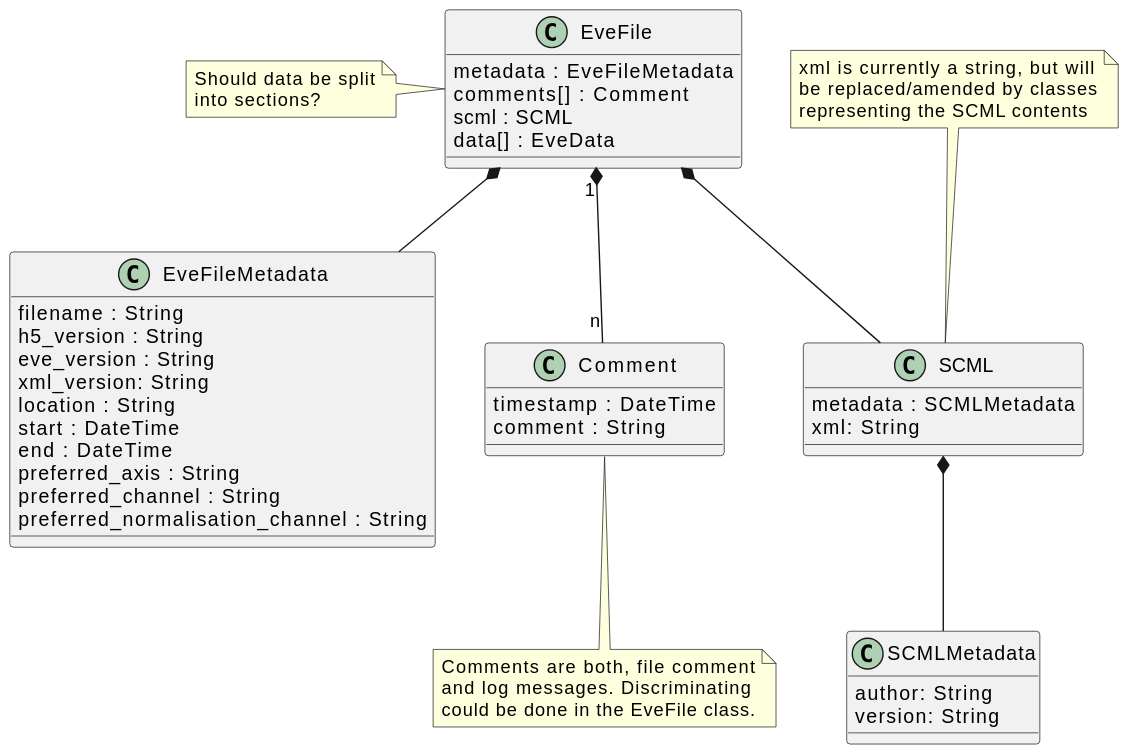
Earlier version of the PlantUML export docs/uml/evedata.evefile.evefile.svg (tillbiskup/evedata).
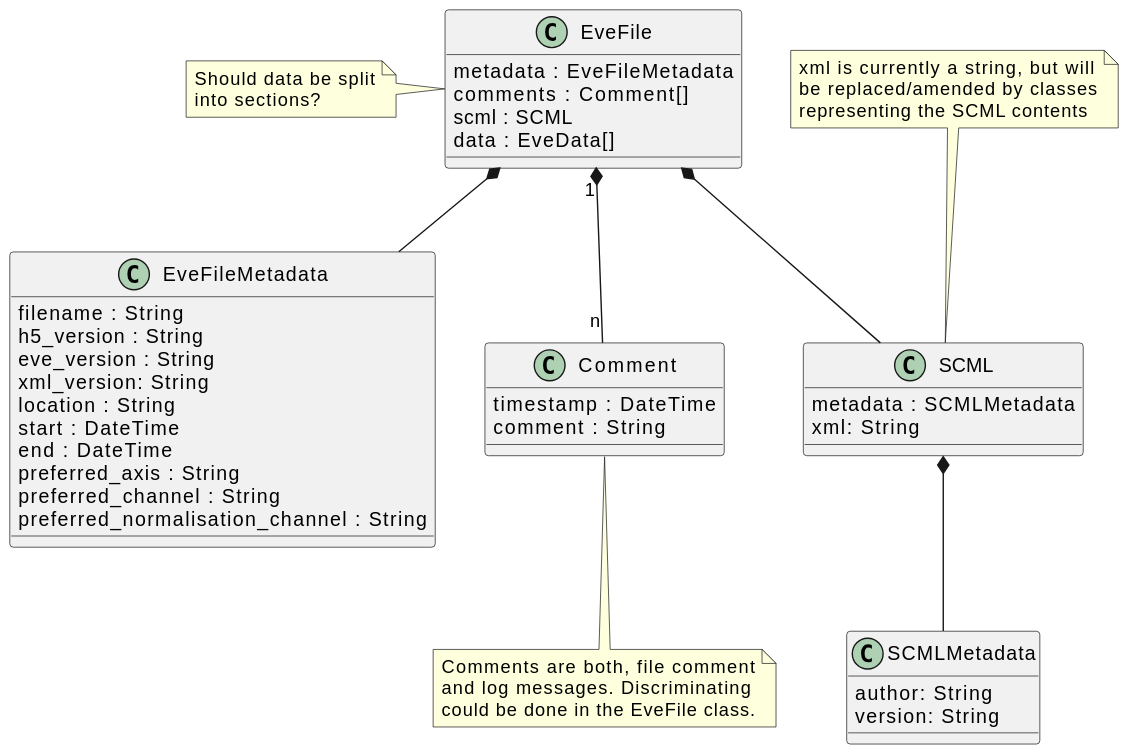
The same file after the commit.

What changed in the source:
```diff
@@ -1,9 +1,9 @@
 @startuml
 class EveFile {
     metadata : EveFileMetadata
-    comments[] : Comment
+    comments : Comment[]
     scml : SCML
-    data[] : EveData
+    data : EveData[]
 }
 note left: Should data be split\ninto sections?
 
```
